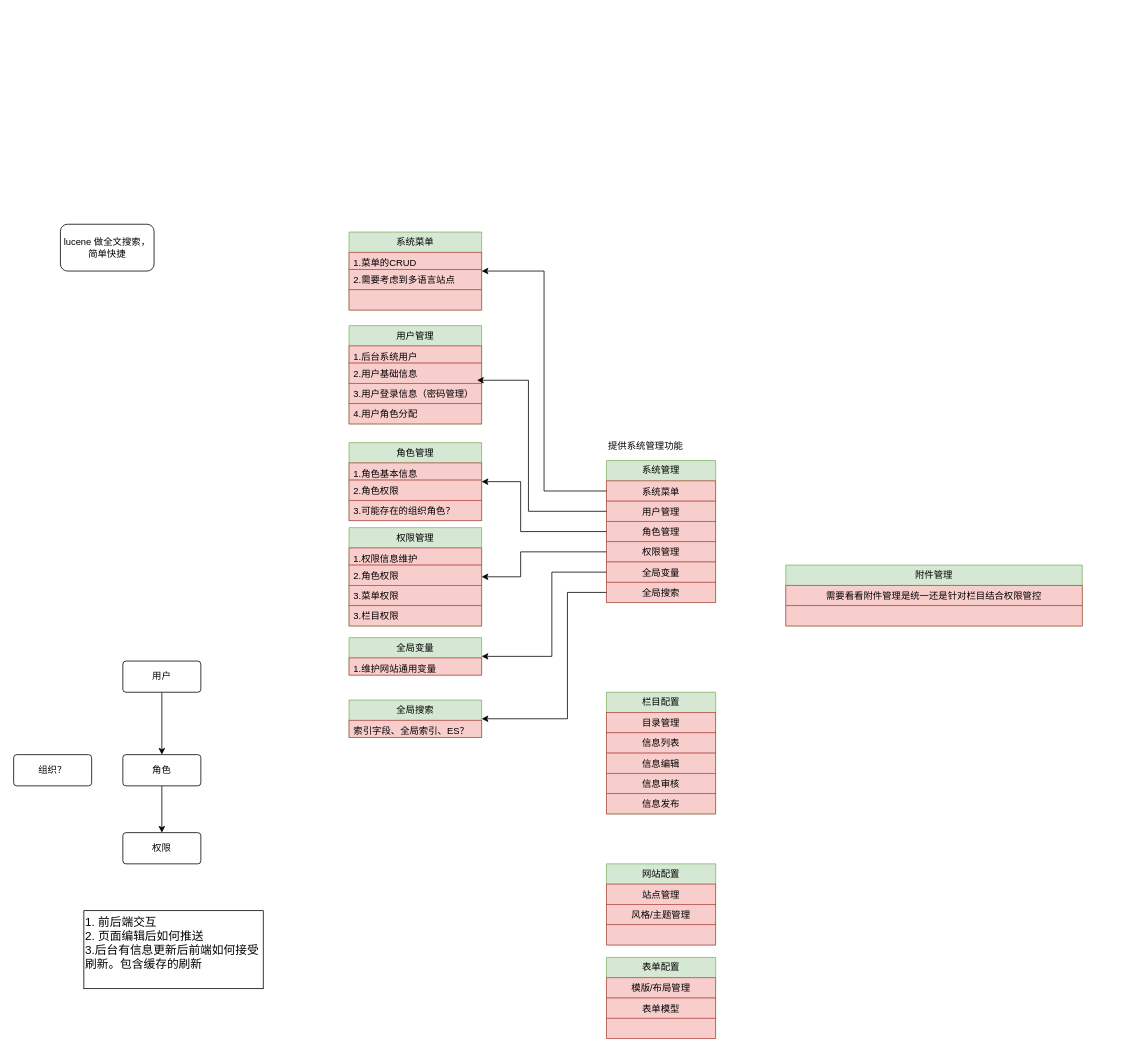
Above: page "CMS技术架构" (3 of 4) of design-uml/thought work.drawio in alvin-zj/MyUml (draw.io), before the change. Source tidied: cells renumbered, new cells numbered last; positions are measured from the earlier drawing's top-left corner, leaving out a move shared by most shapes. Both pictures are drawn from the tidied source at 78%, with x=0, y=0 at pixel (13, 224).
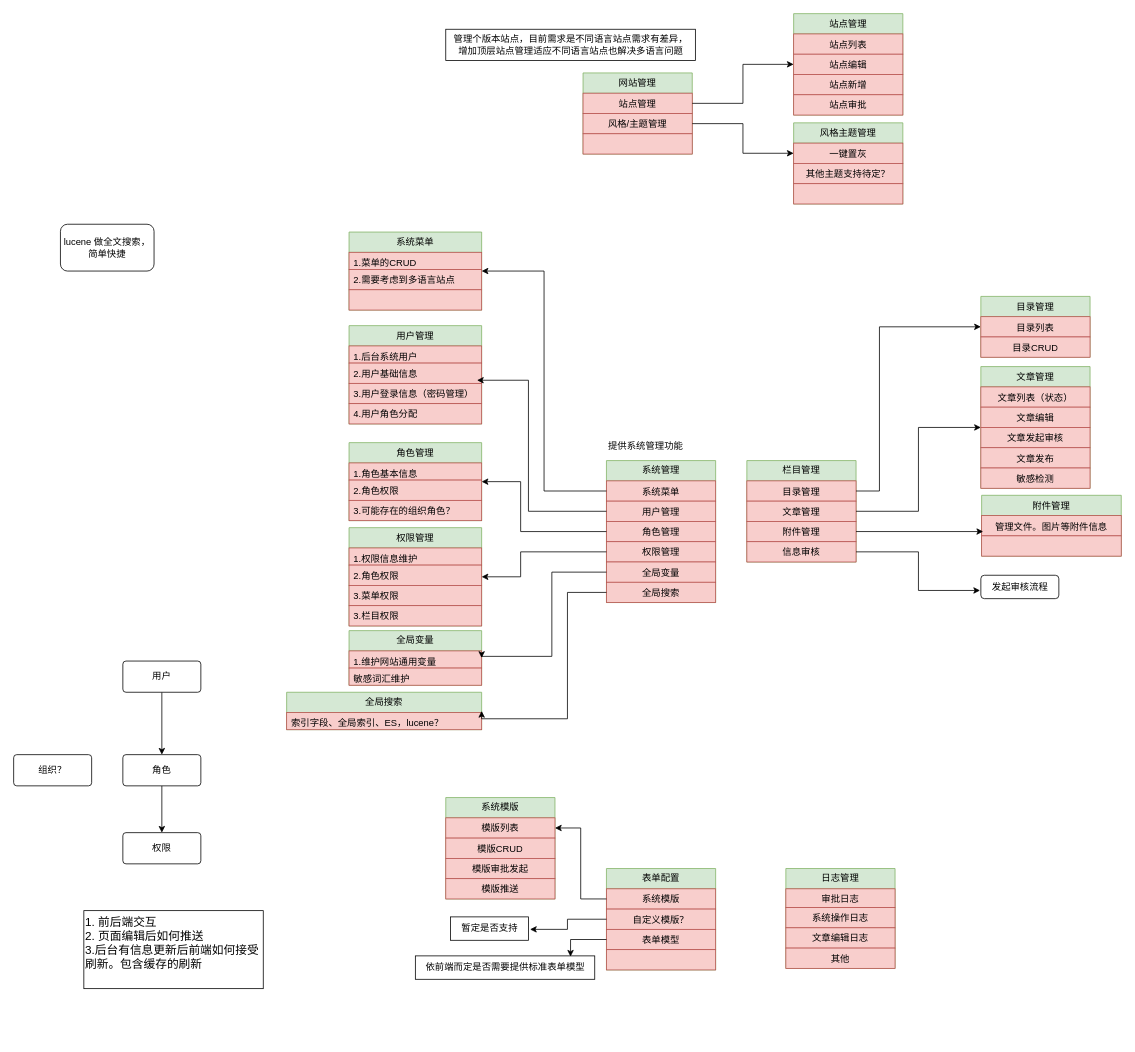
The same diagram, later.

Unchanged cells that the change refers to:
```xml
<mxCell id="10" value="站点管理" style="text;strokeColor=#b85450;fillColor=#f8cecc;align=center;verticalAlign=top;spacingLeft=4;spacingRight=4;overflow=hidden;points=[[0,0.5],[1,0.5]];portConstraint=eastwest;whiteSpace=wrap;html=1;" parent="9" vertex="1">
  <mxGeometry y="26" width="140" height="26" as="geometry" />
</mxCell>
<mxCell id="11" value="风格/主题管理" style="text;strokeColor=#b85450;fillColor=#f8cecc;align=center;verticalAlign=top;spacingLeft=4;spacingRight=4;overflow=hidden;points=[[0,0.5],[1,0.5]];portConstraint=eastwest;whiteSpace=wrap;html=1;" parent="9" vertex="1">
  <mxGeometry y="52" width="140" height="26" as="geometry" />
</mxCell>
<mxCell id="14" value="目录管理" style="text;strokeColor=#b85450;fillColor=#f8cecc;align=center;verticalAlign=top;spacingLeft=4;spacingRight=4;overflow=hidden;points=[[0,0.5],[1,0.5]];portConstraint=eastwest;whiteSpace=wrap;html=1;" parent="13" vertex="1">
  <mxGeometry y="26" width="140" height="26" as="geometry" />
</mxCell>
```

What changed in the source:
```diff
@@
-    <mxCell id="9" value="网站配置" style="swimlane;fontStyle=0;horizontal=1;startSize=26;fillColor=#d5e8d4;whiteSpace=wrap;html=1;strokeColor=#82b366;" parent="1" vertex="1">
-      <mxGeometry x="760" y="820" width="140" height="104" as="geometry" />
+    <mxCell id="9" value="网站管理" style="swimlane;fontStyle=0;horizontal=1;startSize=26;fillColor=#d5e8d4;whiteSpace=wrap;html=1;strokeColor=#82b366;" parent="1" vertex="1">
+      <mxGeometry x="730" y="-194" width="140" height="104" as="geometry" />
     </mxCell>
@@
-    <mxCell id="13" value="栏目配置" style="swimlane;fontStyle=0;horizontal=1;startSize=26;fillColor=#d5e8d4;whiteSpace=wrap;html=1;strokeColor=#82b366;" parent="1" vertex="1">
-      <mxGeometry x="760" y="600" width="140" height="156" as="geometry" />
+    <mxCell id="13" value="栏目管理" style="swimlane;fontStyle=0;horizontal=1;startSize=26;fillColor=#d5e8d4;whiteSpace=wrap;html=1;strokeColor=#82b366;" parent="1" vertex="1">
+      <mxGeometry x="940" y="303" width="140" height="130" as="geometry" />
     </mxCell>
@@
-    <mxCell id="15" value="信息列表" style="text;strokeColor=#b85450;fillColor=#f8cecc;align=center;verticalAlign=top;spacingLeft=4;spacingRight=4;overflow=hidden;whiteSpace=wrap;html=1;" parent="13" vertex="1">
-      <mxGeometry y="52" width="140" height="26" as="geometry" />
-    </mxCell>
-    <mxCell id="16" value="信息编辑" style="text;strokeColor=#b85450;fillColor=#f8cecc;align=center;verticalAlign=top;spacingLeft=4;spacingRight=4;overflow=hidden;points=[[0,0.5],[1,0.5]];portConstraint=eastwest;whiteSpace=wrap;html=1;" parent="13" vertex="1">
-      <mxGeometry y="78" width="140" height="26" as="geometry" />
+    <mxCell id="16" value="文章管理" style="text;strokeColor=#b85450;fillColor=#f8cecc;align=center;verticalAlign=top;spacingLeft=4;spacingRight=4;overflow=hidden;points=[[0,0.5],[1,0.5]];portConstraint=eastwest;whiteSpace=wrap;html=1;" parent="13" vertex="1">
+      <mxGeometry y="52" width="140" height="26" as="geometry" />
     </mxCell>
-    <mxCell id="17" value="信息审核" style="text;strokeColor=#b85450;fillColor=#f8cecc;align=center;verticalAlign=top;spacingLeft=4;spacingRight=4;overflow=hidden;points=[[0,0.5],[1,0.5]];portConstraint=eastwest;whiteSpace=wrap;html=1;" parent="13" vertex="1">
-      <mxGeometry y="104" width="140" height="26" as="geometry" />
+    <mxCell id="17" value="附件管理" style="text;strokeColor=#b85450;fillColor=#f8cecc;align=center;verticalAlign=top;spacingLeft=4;spacingRight=4;overflow=hidden;points=[[0,0.5],[1,0.5]];portConstraint=eastwest;whiteSpace=wrap;html=1;" parent="13" vertex="1">
+      <mxGeometry y="78" width="140" height="26" as="geometry" />
     </mxCell>
-    <mxCell id="18" value="信息发布" style="text;strokeColor=#b85450;fillColor=#f8cecc;align=center;verticalAlign=top;spacingLeft=4;spacingRight=4;overflow=hidden;whiteSpace=wrap;html=1;" parent="13" vertex="1">
-      <mxGeometry y="130" width="140" height="26" as="geometry" />
-    </mxCell>
+    <mxCell id="63" value="信息审核" style="text;strokeColor=#b85450;fillColor=#f8cecc;align=center;verticalAlign=top;spacingLeft=4;spacingRight=4;overflow=hidden;points=[[0,0.5],[1,0.5]];portConstraint=eastwest;whiteSpace=wrap;html=1;" parent="13" vertex="1">
+      <mxGeometry y="104" width="140" height="26" as="geometry" />
+    </mxCell>
     <mxCell id="19" value="表单配置" style="swimlane;fontStyle=0;horizontal=1;startSize=26;fillColor=#d5e8d4;whiteSpace=wrap;html=1;strokeColor=#82b366;" parent="1" vertex="1">
-      <mxGeometry x="760" y="940" width="140" height="104" as="geometry" />
+      <mxGeometry x="760" y="826" width="140" height="130" as="geometry" />
     </mxCell>
-    <mxCell id="20" value="模版/布局管理" style="text;strokeColor=#b85450;fillColor=#f8cecc;align=center;verticalAlign=top;spacingLeft=4;spacingRight=4;overflow=hidden;points=[[0,0.5],[1,0.5]];portConstraint=eastwest;whiteSpace=wrap;html=1;" parent="19" vertex="1">
+    <mxCell id="20" value="系统模版" style="text;strokeColor=#b85450;fillColor=#f8cecc;align=center;verticalAlign=top;spacingLeft=4;spacingRight=4;overflow=hidden;points=[[0,0.5],[1,0.5]];portConstraint=eastwest;whiteSpace=wrap;html=1;" parent="19" vertex="1">
       <mxGeometry y="26" width="140" height="26" as="geometry" />
     </mxCell>
+    <mxCell id="64" value="自定义模版？" style="text;strokeColor=#b85450;fillColor=#f8cecc;align=center;verticalAlign=top;spacingLeft=4;spacingRight=4;overflow=hidden;points=[[0,0.5],[1,0.5]];portConstraint=eastwest;whiteSpace=wrap;html=1;" parent="19" vertex="1">
+      <mxGeometry y="52" width="140" height="26" as="geometry" />
+    </mxCell>
     <mxCell id="21" value="表单模型" style="text;strokeColor=#b85450;fillColor=#f8cecc;align=center;verticalAlign=top;spacingLeft=4;spacingRight=4;overflow=hidden;points=[[0,0.5],[1,0.5]];portConstraint=eastwest;whiteSpace=wrap;html=1;" parent="19" vertex="1">
-      <mxGeometry y="52" width="140" height="26" as="geometry" />
+      <mxGeometry y="78" width="140" height="26" as="geometry" />
     </mxCell>
     <mxCell id="22" style="text;strokeColor=#b85450;fillColor=#f8cecc;align=center;verticalAlign=top;spacingLeft=4;spacingRight=4;overflow=hidden;whiteSpace=wrap;html=1;" parent="19" vertex="1">
-      <mxGeometry y="78" width="140" height="26" as="geometry" />
+      <mxGeometry y="104" width="140" height="26" as="geometry" />
     </mxCell>
     <mxCell id="23" value="附件管理" style="swimlane;fontStyle=0;horizontal=1;startSize=26;fillColor=#d5e8d4;whiteSpace=wrap;html=1;strokeColor=#82b366;" parent="1" vertex="1">
-      <mxGeometry x="990" y="437" width="380" height="78" as="geometry" />
+      <mxGeometry x="1241" y="347.5" width="179" height="78" as="geometry" />
     </mxCell>
-    <mxCell id="24" value="需要看看附件管理是统一还是针对栏目结合权限管控" style="text;strokeColor=#b85450;fillColor=#f8cecc;align=center;verticalAlign=top;spacingLeft=4;spacingRight=4;overflow=hidden;points=[[0,0.5],[1,0.5]];portConstraint=eastwest;whiteSpace=wrap;html=1;" parent="23" vertex="1">
-      <mxGeometry y="26" width="380" height="26" as="geometry" />
+    <mxCell id="24" value="管理文件。图片等附件信息" style="text;strokeColor=#b85450;fillColor=#f8cecc;align=center;verticalAlign=top;spacingLeft=4;spacingRight=4;overflow=hidden;points=[[0,0.5],[1,0.5]];portConstraint=eastwest;whiteSpace=wrap;html=1;" parent="23" vertex="1">
+      <mxGeometry y="26" width="179" height="26" as="geometry" />
     </mxCell>
     <mxCell id="25" style="text;strokeColor=#b85450;fillColor=#f8cecc;align=center;verticalAlign=top;spacingLeft=4;spacingRight=4;overflow=hidden;whiteSpace=wrap;html=1;" parent="23" vertex="1">
-      <mxGeometry y="52" width="380" height="26" as="geometry" />
+      <mxGeometry y="52" width="179" height="26" as="geometry" />
     </mxCell>
@@
     <mxCell id="55" value="全局变量" style="swimlane;fontStyle=0;horizontal=1;startSize=26;fillColor=#d5e8d4;whiteSpace=wrap;html=1;strokeColor=#82b366;" parent="1" vertex="1">
-      <mxGeometry x="430" y="530" width="170" height="48" as="geometry" />
+      <mxGeometry x="430" y="521" width="170" height="70" as="geometry" />
     </mxCell>
+    <mxCell id="65" value="1.维护网站通用变量" style="text;strokeColor=#b85450;fillColor=#f8cecc;align=left;verticalAlign=top;spacingLeft=4;spacingRight=4;overflow=hidden;whiteSpace=wrap;html=1;" parent="55" vertex="1">
+      <mxGeometry y="26" width="170" height="22" as="geometry" />
+    </mxCell>
-    <mxCell id="56" value="1.维护网站通用变量" style="text;strokeColor=#b85450;fillColor=#f8cecc;align=left;verticalAlign=top;spacingLeft=4;spacingRight=4;overflow=hidden;whiteSpace=wrap;html=1;" parent="55" vertex="1">
-      <mxGeometry y="26" width="170" height="22" as="geometry" />
+    <mxCell id="56" value="敏感词汇维护" style="text;strokeColor=#b85450;fillColor=#f8cecc;align=left;verticalAlign=top;spacingLeft=4;spacingRight=4;overflow=hidden;whiteSpace=wrap;html=1;" parent="55" vertex="1">
+      <mxGeometry y="48" width="170" height="22" as="geometry" />
     </mxCell>
@@
     <mxCell id="58" value="全局搜索" style="swimlane;fontStyle=0;horizontal=1;startSize=26;fillColor=#d5e8d4;whiteSpace=wrap;html=1;strokeColor=#82b366;" parent="1" vertex="1">
-      <mxGeometry x="430" y="610" width="170" height="48" as="geometry" />
+      <mxGeometry x="350" y="600" width="250" height="48" as="geometry" />
     </mxCell>
-    <mxCell id="59" value="索引字段、全局索引、ES？&lt;div&gt;&lt;br&gt;&lt;/div&gt;" style="text;strokeColor=#b85450;fillColor=#f8cecc;align=left;verticalAlign=top;spacingLeft=4;spacingRight=4;overflow=hidden;whiteSpace=wrap;html=1;" parent="58" vertex="1">
-      <mxGeometry y="26" width="170" height="22" as="geometry" />
+    <mxCell id="59" value="索引字段、全局索引、ES，lucene？&lt;div&gt;&lt;br&gt;&lt;/div&gt;" style="text;strokeColor=#b85450;fillColor=#f8cecc;align=left;verticalAlign=top;spacingLeft=4;spacingRight=4;overflow=hidden;whiteSpace=wrap;html=1;" parent="58" vertex="1">
+      <mxGeometry y="26" width="250" height="22" as="geometry" />
     </mxCell>
@@
+    <mxCell id="66" value="目录管理" style="swimlane;fontStyle=0;horizontal=1;startSize=26;fillColor=#d5e8d4;whiteSpace=wrap;html=1;strokeColor=#82b366;" parent="1" vertex="1">
+      <mxGeometry x="1240" y="92.5" width="140" height="78" as="geometry" />
+    </mxCell>
+    <mxCell id="67" value="目录列表" style="text;strokeColor=#b85450;fillColor=#f8cecc;align=center;verticalAlign=top;spacingLeft=4;spacingRight=4;overflow=hidden;points=[[0,0.5],[1,0.5]];portConstraint=eastwest;whiteSpace=wrap;html=1;" parent="66" vertex="1">
+      <mxGeometry y="26" width="140" height="26" as="geometry" />
+    </mxCell>
+    <mxCell id="68" value="目录CRUD" style="text;strokeColor=#b85450;fillColor=#f8cecc;align=center;verticalAlign=top;spacingLeft=4;spacingRight=4;overflow=hidden;whiteSpace=wrap;html=1;" parent="66" vertex="1">
+      <mxGeometry y="52" width="140" height="26" as="geometry" />
+    </mxCell>
@@
+    <mxCell id="69" value="文章管理" style="swimlane;fontStyle=0;horizontal=1;startSize=26;fillColor=#d5e8d4;whiteSpace=wrap;html=1;strokeColor=#82b366;" parent="1" vertex="1">
+      <mxGeometry x="1240" y="182.5" width="140" height="156" as="geometry" />
+    </mxCell>
+    <mxCell id="70" value="文章列表（状态）" style="text;strokeColor=#b85450;fillColor=#f8cecc;align=center;verticalAlign=top;spacingLeft=4;spacingRight=4;overflow=hidden;whiteSpace=wrap;html=1;" parent="69" vertex="1">
+      <mxGeometry y="26" width="140" height="26" as="geometry" />
+    </mxCell>
+    <mxCell id="71" value="文章编辑" style="text;strokeColor=#b85450;fillColor=#f8cecc;align=center;verticalAlign=top;spacingLeft=4;spacingRight=4;overflow=hidden;whiteSpace=wrap;html=1;" parent="69" vertex="1">
+      <mxGeometry y="52" width="140" height="26" as="geometry" />
+    </mxCell>
+    <mxCell id="72" value="文章发起审核" style="text;strokeColor=#b85450;fillColor=#f8cecc;align=center;verticalAlign=top;spacingLeft=4;spacingRight=4;overflow=hidden;whiteSpace=wrap;html=1;" parent="69" vertex="1">
+      <mxGeometry y="78" width="140" height="26" as="geometry" />
+    </mxCell>
+    <mxCell id="73" value="文章发布" style="text;strokeColor=#b85450;fillColor=#f8cecc;align=center;verticalAlign=top;spacingLeft=4;spacingRight=4;overflow=hidden;whiteSpace=wrap;html=1;" parent="69" vertex="1">
+      <mxGeometry y="104" width="140" height="26" as="geometry" />
+    </mxCell>
+    <mxCell id="74" value="敏感检测" style="text;strokeColor=#b85450;fillColor=#f8cecc;align=center;verticalAlign=top;spacingLeft=4;spacingRight=4;overflow=hidden;whiteSpace=wrap;html=1;" parent="69" vertex="1">
+      <mxGeometry y="130" width="140" height="26" as="geometry" />
+    </mxCell>
+    <mxCell id="75" value="发起审核流程" style="text;html=1;align=center;verticalAlign=middle;points=[];strokeColor=default;fillColor=none;rounded=1;" parent="1" vertex="1">
+      <mxGeometry x="1240" y="450" width="100" height="30" as="geometry" />
+    </mxCell>
+    <mxCell id="76" value="站点管理" style="swimlane;fontStyle=0;horizontal=1;startSize=26;fillColor=#d5e8d4;whiteSpace=wrap;html=1;strokeColor=#82b366;" parent="1" vertex="1">
+      <mxGeometry x="1000" y="-270" width="140" height="130" as="geometry" />
+    </mxCell>
+    <mxCell id="77" value="站点列表" style="text;strokeColor=#b85450;fillColor=#f8cecc;align=center;verticalAlign=top;spacingLeft=4;spacingRight=4;overflow=hidden;whiteSpace=wrap;html=1;" parent="76" vertex="1">
+      <mxGeometry y="26" width="140" height="26" as="geometry" />
+    </mxCell>
+    <mxCell id="78" value="站点编辑" style="text;strokeColor=#b85450;fillColor=#f8cecc;align=center;verticalAlign=top;spacingLeft=4;spacingRight=4;overflow=hidden;whiteSpace=wrap;html=1;" parent="76" vertex="1">
+      <mxGeometry y="52" width="140" height="26" as="geometry" />
+    </mxCell>
+    <mxCell id="79" value="站点新增" style="text;strokeColor=#b85450;fillColor=#f8cecc;align=center;verticalAlign=top;spacingLeft=4;spacingRight=4;overflow=hidden;whiteSpace=wrap;html=1;" parent="76" vertex="1">
+      <mxGeometry y="78" width="140" height="26" as="geometry" />
+    </mxCell>
+    <mxCell id="80" value="站点审批" style="text;strokeColor=#b85450;fillColor=#f8cecc;align=center;verticalAlign=top;spacingLeft=4;spacingRight=4;overflow=hidden;whiteSpace=wrap;html=1;" parent="76" vertex="1">
+      <mxGeometry y="104" width="140" height="26" as="geometry" />
+    </mxCell>
+    <mxCell id="81" value="风格主题管理" style="swimlane;fontStyle=0;horizontal=1;startSize=26;fillColor=#d5e8d4;whiteSpace=wrap;html=1;strokeColor=#82b366;" parent="1" vertex="1">
+      <mxGeometry x="1000" y="-130" width="140" height="104" as="geometry" />
+    </mxCell>
+    <mxCell id="82" value="一键置灰" style="text;strokeColor=#b85450;fillColor=#f8cecc;align=center;verticalAlign=top;spacingLeft=4;spacingRight=4;overflow=hidden;points=[[0,0.5],[1,0.5]];portConstraint=eastwest;whiteSpace=wrap;html=1;" parent="81" vertex="1">
+      <mxGeometry y="26" width="140" height="26" as="geometry" />
+    </mxCell>
+    <mxCell id="83" value="其他主题支持待定？" style="text;strokeColor=#b85450;fillColor=#f8cecc;align=center;verticalAlign=top;spacingLeft=4;spacingRight=4;overflow=hidden;whiteSpace=wrap;html=1;" parent="81" vertex="1">
+      <mxGeometry y="52" width="140" height="26" as="geometry" />
+    </mxCell>
+    <mxCell id="84" style="text;strokeColor=#b85450;fillColor=#f8cecc;align=center;verticalAlign=top;spacingLeft=4;spacingRight=4;overflow=hidden;whiteSpace=wrap;html=1;" parent="81" vertex="1">
+      <mxGeometry y="78" width="140" height="26" as="geometry" />
+    </mxCell>
+    <mxCell id="85" style="edgeStyle=orthogonalEdgeStyle;rounded=0;jettySize=auto;html=1;entryX=0;entryY=0.5;entryDx=0;entryDy=0;" parent="1" edge="1" source="10" target="76">
+      <mxGeometry relative="1" as="geometry" />
+    </mxCell>
+    <mxCell id="86" style="edgeStyle=orthogonalEdgeStyle;rounded=0;jettySize=auto;html=1;entryX=0;entryY=0.5;entryDx=0;entryDy=0;" parent="1" edge="1" source="11" target="82">
+      <mxGeometry relative="1" as="geometry" />
+    </mxCell>
+    <mxCell id="87" style="edgeStyle=orthogonalEdgeStyle;rounded=0;jettySize=auto;html=1;entryX=0;entryY=0.5;entryDx=0;entryDy=0;" parent="1" edge="1" source="14" target="67">
+      <mxGeometry relative="1" as="geometry">
+        <Array as="points">
+          <mxPoint x="1110" y="342" />
+          <mxPoint x="1110" y="132" />
+        </Array>
+      </mxGeometry>
+    </mxCell>
+    <mxCell id="88" style="edgeStyle=orthogonalEdgeStyle;rounded=0;jettySize=auto;html=1;entryX=0;entryY=0.5;entryDx=0;entryDy=0;" parent="1" edge="1" source="16" target="69">
+      <mxGeometry relative="1" as="geometry" />
+    </mxCell>
+    <mxCell id="89" style="edgeStyle=orthogonalEdgeStyle;rounded=0;jettySize=auto;html=1;entryX=0.011;entryY=0.788;entryDx=0;entryDy=0;entryPerimeter=0;" parent="1" edge="1" source="17" target="24">
+      <mxGeometry relative="1" as="geometry" />
+    </mxCell>
+    <mxCell id="90" style="edgeStyle=orthogonalEdgeStyle;rounded=0;jettySize=auto;html=1;entryX=-0.01;entryY=0.65;entryDx=0;entryDy=0;entryPerimeter=0;" parent="1" edge="1" source="63" target="75">
+      <mxGeometry relative="1" as="geometry" />
+    </mxCell>
+    <mxCell id="91" value="系统模版" style="swimlane;fontStyle=0;horizontal=1;startSize=26;fillColor=#d5e8d4;whiteSpace=wrap;html=1;strokeColor=#82b366;" parent="1" vertex="1">
+      <mxGeometry x="554" y="735" width="140" height="130" as="geometry" />
+    </mxCell>
+    <mxCell id="92" value="模版列表" style="text;strokeColor=#b85450;fillColor=#f8cecc;align=center;verticalAlign=top;spacingLeft=4;spacingRight=4;overflow=hidden;points=[[0,0.5],[1,0.5]];portConstraint=eastwest;whiteSpace=wrap;html=1;" parent="91" vertex="1">
+      <mxGeometry y="26" width="140" height="26" as="geometry" />
+    </mxCell>
+    <mxCell id="93" value="模版CRUD" style="text;strokeColor=#b85450;fillColor=#f8cecc;align=center;verticalAlign=top;spacingLeft=4;spacingRight=4;overflow=hidden;whiteSpace=wrap;html=1;" parent="91" vertex="1">
+      <mxGeometry y="52" width="140" height="26" as="geometry" />
+    </mxCell>
+    <mxCell id="94" value="模版审批发起" style="text;strokeColor=#b85450;fillColor=#f8cecc;align=center;verticalAlign=top;spacingLeft=4;spacingRight=4;overflow=hidden;whiteSpace=wrap;html=1;" parent="91" vertex="1">
+      <mxGeometry y="78" width="140" height="26" as="geometry" />
+    </mxCell>
+    <mxCell id="95" value="模版推送" style="text;strokeColor=#b85450;fillColor=#f8cecc;align=center;verticalAlign=top;spacingLeft=4;spacingRight=4;overflow=hidden;whiteSpace=wrap;html=1;" parent="91" vertex="1">
+      <mxGeometry y="104" width="140" height="26" as="geometry" />
+    </mxCell>
+    <mxCell id="96" style="edgeStyle=orthogonalEdgeStyle;rounded=0;jettySize=auto;html=1;" parent="1" edge="1" source="20" target="92">
+      <mxGeometry relative="1" as="geometry" />
+    </mxCell>
+    <mxCell id="97" style="edgeStyle=orthogonalEdgeStyle;rounded=0;jettySize=auto;html=1;entryX=1.02;entryY=0.533;entryDx=0;entryDy=0;entryPerimeter=0;" parent="1" edge="1" source="64" target="98">
+      <mxGeometry relative="1" as="geometry" />
+    </mxCell>
+    <mxCell id="98" value="暂定是否支持" style="text;html=1;align=center;verticalAlign=middle;points=[];strokeColor=default;fillColor=none;" parent="1" vertex="1">
+      <mxGeometry x="560" y="888" width="100" height="30" as="geometry" />
+    </mxCell>
+    <mxCell id="99" value="依前端而定是否需要提供标准表单模型" style="text;html=1;align=center;verticalAlign=middle;points=[];strokeColor=default;fillColor=none;" parent="1" vertex="1">
+      <mxGeometry x="515" y="938" width="230" height="30" as="geometry" />
+    </mxCell>
+    <mxCell id="100" style="edgeStyle=orthogonalEdgeStyle;rounded=0;jettySize=auto;html=1;entryX=0.865;entryY=0.033;entryDx=0;entryDy=0;entryPerimeter=0;" parent="1" edge="1" source="21" target="99">
+      <mxGeometry relative="1" as="geometry" />
+    </mxCell>
+    <mxCell id="101" value="日志管理" style="swimlane;fontStyle=0;horizontal=1;startSize=26;fillColor=#d5e8d4;whiteSpace=wrap;html=1;strokeColor=#82b366;" parent="1" vertex="1">
+      <mxGeometry x="990" y="826" width="140" height="128" as="geometry" />
+    </mxCell>
+    <mxCell id="102" value="审批日志" style="text;strokeColor=#b85450;fillColor=#f8cecc;align=center;verticalAlign=top;spacingLeft=4;spacingRight=4;overflow=hidden;whiteSpace=wrap;html=1;" parent="101" vertex="1">
+      <mxGeometry y="26" width="140" height="24" as="geometry" />
+    </mxCell>
+    <mxCell id="103" value="系统操作日志" style="text;strokeColor=#b85450;fillColor=#f8cecc;align=center;verticalAlign=top;spacingLeft=4;spacingRight=4;overflow=hidden;whiteSpace=wrap;html=1;" parent="101" vertex="1">
+      <mxGeometry y="50" width="140" height="26" as="geometry" />
+    </mxCell>
+    <mxCell id="104" value="文章编辑日志" style="text;strokeColor=#b85450;fillColor=#f8cecc;align=center;verticalAlign=top;spacingLeft=4;spacingRight=4;overflow=hidden;whiteSpace=wrap;html=1;" parent="101" vertex="1">
+      <mxGeometry y="76" width="140" height="26" as="geometry" />
+    </mxCell>
+    <mxCell id="105" value="其他" style="text;strokeColor=#b85450;fillColor=#f8cecc;align=center;verticalAlign=top;spacingLeft=4;spacingRight=4;overflow=hidden;whiteSpace=wrap;html=1;" parent="101" vertex="1">
+      <mxGeometry y="102" width="140" height="26" as="geometry" />
+    </mxCell>
+    <mxCell id="106" value="管理个版本站点，目前需求是不同语言站点需求有差异，&lt;div&gt;增加顶层站点管理适应不同语言站点也解决多语言问题&lt;/div&gt;" style="text;html=1;align=center;verticalAlign=middle;strokeColor=default;fillColor=none;" parent="1" vertex="1">
+      <mxGeometry x="554" y="-250" width="320" height="40" as="geometry" />
+    </mxCell>
```
